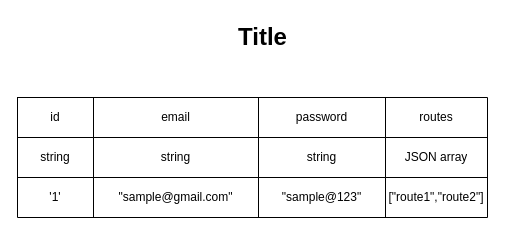
Before: db.drawio in Ashin-Amanulla/london-transport-system, a draw.io diagram. Source tidied: cells renumbered, new cells numbered last; positions are measured from the earlier drawing's top-left corner, leaving out a move shared by most shapes. Both pictures are drawn from the tidied source at 100%, with x=0, y=0 at pixel (17, 17).
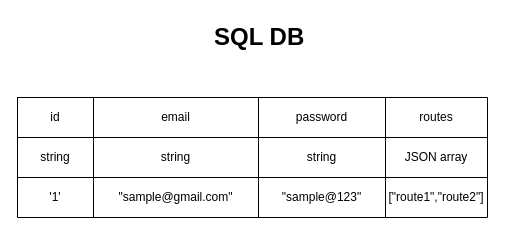
The same page after the edit.

What changed in the source:
```diff
@@
 <mxGraphModel>
   <root>
     <mxCell id="0" />
     <mxCell id="1" parent="0" />
     <mxCell id="2" style="shape=table;html=1;whiteSpace=wrap;startSize=0;childLayout=tableLayout;" parent="1" vertex="1">
       <mxGeometry y="80" width="470" height="120" as="geometry" />
     </mxCell>
     <mxCell id="3" style="shape=tableRow;horizontal=0;startSize=0;swimlaneHead=0;swimlaneBody=0;top=0;left=0;bottom=0;right=0;fillColor=none;" parent="2" vertex="1">
       <mxGeometry width="470" height="40" as="geometry" />
     </mxCell>
     <mxCell id="4" value="id" style="shape=partialRectangle;html=1;whiteSpace=wrap;fillColor=none;top=0;left=0;bottom=0;right=0;overflow=hidden;" parent="3" vertex="1">
       <mxGeometry width="76" height="40" as="geometry" />
     </mxCell>
     <mxCell id="5" value="email" style="shape=partialRectangle;html=1;whiteSpace=wrap;fillColor=none;top=0;left=0;bottom=0;right=0;overflow=hidden;" parent="3" vertex="1">
       <mxGeometry x="76" width="165" height="40" as="geometry" />
     </mxCell>
     <mxCell id="6" value="password" style="shape=partialRectangle;html=1;whiteSpace=wrap;fillColor=none;top=0;left=0;bottom=0;right=0;overflow=hidden;" parent="3" vertex="1">
       <mxGeometry x="241" width="127" height="40" as="geometry" />
     </mxCell>
     <mxCell id="7" value="routes" style="shape=partialRectangle;html=1;whiteSpace=wrap;fillColor=none;top=0;left=0;bottom=0;right=0;overflow=hidden;" parent="3" vertex="1">
       <mxGeometry x="368" width="102" height="40" as="geometry" />
     </mxCell>
     <mxCell id="8" style="shape=tableRow;horizontal=0;startSize=0;swimlaneHead=0;swimlaneBody=0;top=0;left=0;bottom=0;right=0;fillColor=none;" parent="2" vertex="1">
       <mxGeometry y="40" width="470" height="40" as="geometry" />
     </mxCell>
     <mxCell id="9" value="string" style="shape=partialRectangle;html=1;whiteSpace=wrap;fillColor=none;top=0;left=0;bottom=0;right=0;overflow=hidden;" parent="8" vertex="1">
       <mxGeometry width="76" height="40" as="geometry" />
     </mxCell>
     <mxCell id="10" value="string" style="shape=partialRectangle;html=1;whiteSpace=wrap;fillColor=none;top=0;left=0;bottom=0;right=0;overflow=hidden;" parent="8" vertex="1">
       <mxGeometry x="76" width="165" height="40" as="geometry" />
     </mxCell>
     <mxCell id="11" value="string" style="shape=partialRectangle;html=1;whiteSpace=wrap;fillColor=none;top=0;left=0;bottom=0;right=0;overflow=hidden;" parent="8" vertex="1">
       <mxGeometry x="241" width="127" height="40" as="geometry" />
     </mxCell>
     <mxCell id="12" value="JSON array" style="shape=partialRectangle;html=1;whiteSpace=wrap;fillColor=none;top=0;left=0;bottom=0;right=0;overflow=hidden;" parent="8" vertex="1">
       <mxGeometry x="368" width="102" height="40" as="geometry" />
     </mxCell>
     <mxCell id="13" style="shape=tableRow;horizontal=0;startSize=0;swimlaneHead=0;swimlaneBody=0;top=0;left=0;bottom=0;right=0;fillColor=none;" parent="2" vertex="1">
       <mxGeometry y="80" width="470" height="40" as="geometry" />
     </mxCell>
     <mxCell id="14" value="'1'" style="shape=partialRectangle;html=1;whiteSpace=wrap;fillColor=none;top=0;left=0;bottom=0;right=0;overflow=hidden;" parent="13" vertex="1">
       <mxGeometry width="76" height="40" as="geometry" />
     </mxCell>
     <mxCell id="15" value="&quot;sample@gmail.com&quot;" style="shape=partialRectangle;html=1;whiteSpace=wrap;fillColor=none;top=0;left=0;bottom=0;right=0;overflow=hidden;" parent="13" vertex="1">
       <mxGeometry x="76" width="165" height="40" as="geometry" />
     </mxCell>
     <mxCell id="16" value="&quot;sample@123&quot;" style="shape=partialRectangle;html=1;whiteSpace=wrap;fillColor=none;top=0;left=0;bottom=0;right=0;overflow=hidden;" parent="13" vertex="1">
       <mxGeometry x="241" width="127" height="40" as="geometry" />
     </mxCell>
     <mxCell id="17" value="[&quot;route1&quot;,&quot;route2&quot;]" style="shape=partialRectangle;html=1;whiteSpace=wrap;fillColor=none;top=0;left=0;bottom=0;right=0;overflow=hidden;" parent="13" vertex="1">
       <mxGeometry x="368" width="102" height="40" as="geometry" />
     </mxCell>
-    <mxCell id="18" value="Title" style="text;strokeColor=none;fillColor=none;html=1;fontSize=24;fontStyle=1;verticalAlign=middle;align=center;" parent="1" vertex="1">
+    <mxCell id="18" value="SQL DB&amp;nbsp;" style="text;strokeColor=none;fillColor=none;html=1;fontSize=24;fontStyle=1;verticalAlign=middle;align=center;" parent="1" vertex="1">
       <mxGeometry x="195" width="100" height="40" as="geometry" />
     </mxCell>
   </root>
 </mxGraphModel>
```
